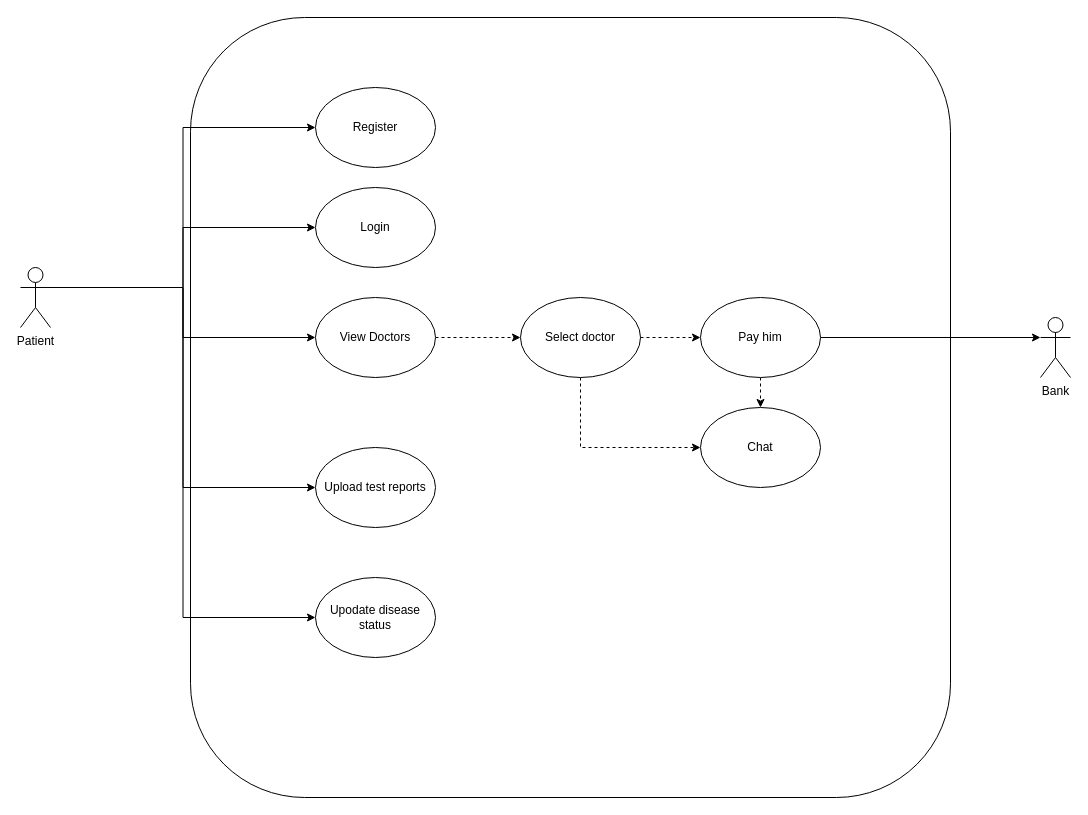
Above: page "Patient" (3 of 5) of STQA.drawio in MohitBurkule/doctorconnect (draw.io), before the change. Source tidied: cells renumbered, new cells numbered last; positions are measured from the earlier drawing's top-left corner, leaving out a move shared by most shapes. Both pictures are drawn from the tidied source at 100%, with x=0, y=0 at pixel (20, 17).
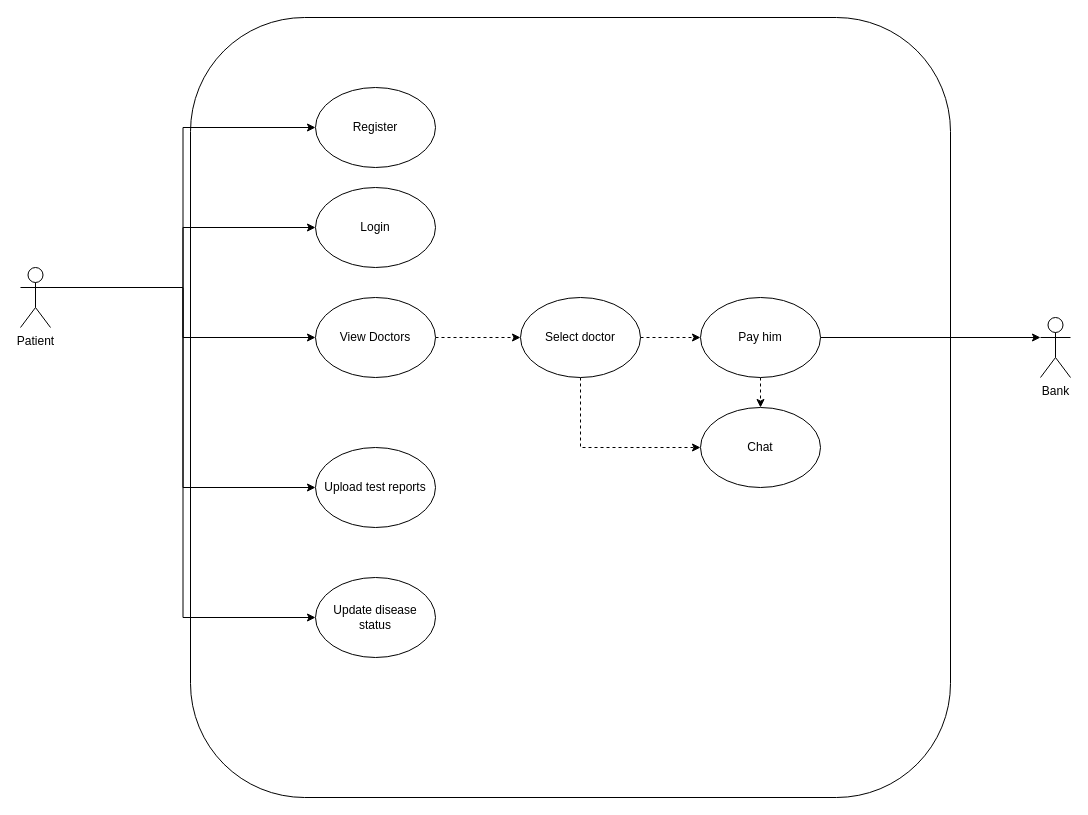
The same diagram, later.

Change to the diagram source:
```diff
@@
-    <mxCell id="14" value="Upodate disease status" style="ellipse;whiteSpace=wrap;html=1;" parent="1" vertex="1">
+    <mxCell id="14" value="Update disease status" style="ellipse;whiteSpace=wrap;html=1;" parent="1" vertex="1">
       <mxGeometry x="295" y="560" width="120" height="80" as="geometry" />
     </mxCell>
```
